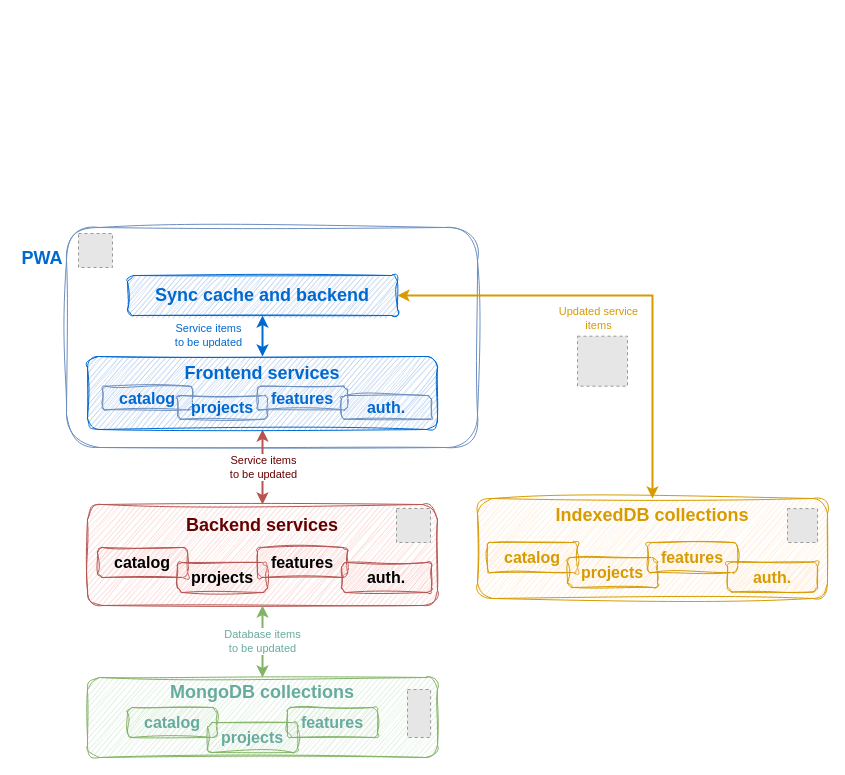
Before: page "Online-Sync" (4 of 4) of docs/.vitepress/public/offline.drawio in kalisio/kdk, a draw.io diagram. Source tidied: cells renumbered, new cells numbered last; positions are measured from the earlier drawing's top-left corner, leaving out a move shared by most shapes. Both pictures are drawn from the tidied source at 100%, with x=0, y=0 at pixel (17, 227). Pictures stored in the file or linked from it are replaced by grey dashed boxes.
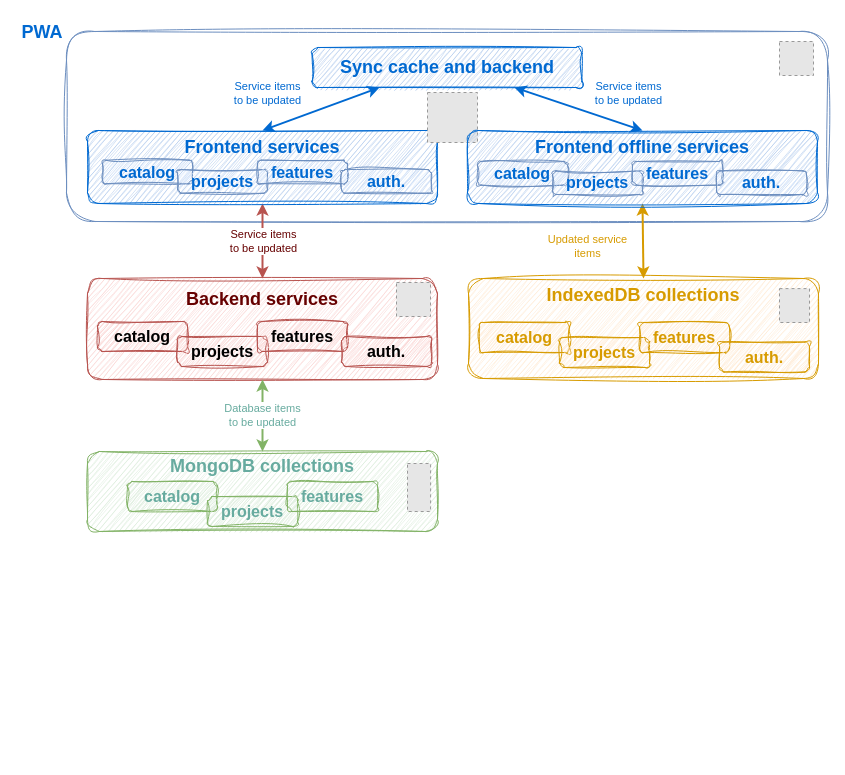
Above is the later version.

Commit message (it also covers changes not shown here):
docs: updated diagrams for offline mode

Unchanged cells that the change refers to:
```xml
<mxCell id="10" value="Frontend services" style="rounded=1;whiteSpace=wrap;html=1;glass=0;sketch=1;curveFitting=1;jiggle=2;fillStyle=hachure;fillColor=#A9C4EB;fontStyle=1;fontSize=18;fontColor=#0069D1;strokeColor=#0069D1;spacingBottom=40;" parent="9" vertex="1">
  <mxGeometry y="-10" width="350" height="73" as="geometry" />
</mxCell>
```

What changed in the source:
```diff
@@
     <mxCell id="2" style="rounded=1;whiteSpace=wrap;html=1;fillColor=none;sketch=1;curveFitting=1;jiggle=2;strokeColor=#6c8ebf;" parent="1" vertex="1">
-      <mxGeometry x="49" width="411" height="220" as="geometry" />
+      <mxGeometry x="49" y="-196" width="761" height="190" as="geometry" />
     </mxCell>
     <mxCell id="3" value="Backend services" style="rounded=1;whiteSpace=wrap;html=1;glass=0;sketch=1;curveFitting=1;jiggle=2;fillStyle=hachure;fillColor=#f8cecc;fontStyle=1;fontSize=18;strokeColor=#b85450;fontColor=#660000;labelPosition=center;verticalLabelPosition=middle;align=center;verticalAlign=middle;spacingBottom=60;" parent="1" vertex="1">
-      <mxGeometry x="70" y="277" width="350" height="101" as="geometry" />
+      <mxGeometry x="70" y="51" width="350" height="101" as="geometry" />
     </mxCell>
@@
     <mxCell id="6" style="endArrow=classic;html=1;rounded=0;entryX=0.5;entryY=1;entryDx=0;entryDy=0;fontColor=#67AB9F;strokeWidth=2;strokeColor=#82b366;exitX=0.5;exitY=0;exitDx=0;exitDy=0;startArrow=classic;startFill=1;fillColor=#d5e8d4;" parent="1" edge="1" target="3">
       <mxGeometry relative="1" as="geometry">
-        <mxPoint x="245" y="450" as="sourcePoint" />
+        <mxPoint x="245" y="224" as="sourcePoint" />
       </mxGeometry>
     </mxCell>
@@
     <mxCell id="8" value="PWA" style="text;strokeColor=none;align=center;fillColor=none;html=1;verticalAlign=middle;whiteSpace=wrap;rounded=0;fontColor=#0069D1;fontSize=18;fontStyle=1;" parent="1" vertex="1">
-      <mxGeometry y="16" width="50" height="30" as="geometry" />
+      <mxGeometry y="-210" width="50" height="30" as="geometry" />
     </mxCell>
     <mxCell id="9" style="group;spacingBottom=9;" parent="1" vertex="1">
-      <mxGeometry x="70" y="139" width="350" height="63" as="geometry" />
+      <mxGeometry x="70" y="-87" width="350" height="63" as="geometry" />
     </mxCell>
@@
     <mxCell id="11" value="Sync cache and backend" style="rounded=1;whiteSpace=wrap;html=1;glass=0;sketch=1;curveFitting=1;jiggle=2;fillStyle=hachure;fillColor=#A9C4EB;fontStyle=1;fontSize=18;fontColor=#0069D1;strokeColor=#0069D1;spacingBottom=0;" parent="1" vertex="1">
-      <mxGeometry x="110" y="48" width="270" height="40" as="geometry" />
+      <mxGeometry x="294.5" y="-180" width="270" height="40" as="geometry" />
     </mxCell>
-    <mxCell id="12" style="endArrow=classic;html=1;rounded=0;fontColor=#0069D1;strokeWidth=2;strokeColor=#0069D1;exitX=0.5;exitY=1;exitDx=0;exitDy=0;startArrow=classic;startFill=1;entryX=0.5;entryY=0;entryDx=0;entryDy=0;" parent="1" edge="1" source="11" target="10">
+    <mxCell id="12" style="endArrow=classic;html=1;rounded=0;fontColor=#0069D1;strokeWidth=2;strokeColor=#0069D1;exitX=0.25;exitY=1;exitDx=0;exitDy=0;startArrow=classic;startFill=1;entryX=0.5;entryY=0;entryDx=0;entryDy=0;" parent="1" edge="1" source="11" target="10">
       <mxGeometry relative="1" as="geometry" />
     </mxCell>
     <mxCell id="13" value="Service items&lt;div&gt;to be updated&lt;/div&gt;" style="edgeLabel;html=1;align=center;verticalAlign=middle;fontColor=#0069D1;" parent="1" vertex="1">
-      <mxGeometry x="190" y="107" as="geometry" />
+      <mxGeometry x="249.5" y="-135" as="geometry" />
     </mxCell>
     <mxCell id="14" style="group;" parent="1" vertex="1">
-      <mxGeometry x="85" y="158.7" width="329" height="33.1" as="geometry" />
+      <mxGeometry x="85" y="-67.3" width="329" height="33.1" as="geometry" />
     </mxCell>
@@
     <mxCell id="19" value="MongoDB&amp;nbsp;collections" style="rounded=1;whiteSpace=wrap;html=1;glass=0;sketch=1;curveFitting=1;jiggle=2;fillStyle=hachure;fillColor=#d5e8d4;fontStyle=1;fontSize=18;strokeColor=#82b366;fontColor=#67AB9F;spacingBottom=50;" parent="1" vertex="1">
-      <mxGeometry x="70" y="450" width="350" height="80" as="geometry" />
+      <mxGeometry x="70" y="224" width="350" height="80" as="geometry" />
     </mxCell>
     <mxCell id="20" style="group;" parent="1" vertex="1">
-      <mxGeometry x="80" y="320" width="334" height="45" as="geometry" />
+      <mxGeometry x="80" y="94" width="334" height="45" as="geometry" />
     </mxCell>
@@
     <mxCell id="25" style="group;" parent="1" vertex="1">
-      <mxGeometry x="110" y="480" width="250" height="45" as="geometry" />
+      <mxGeometry x="110" y="254" width="250" height="45" as="geometry" />
     </mxCell>
@@
-    <mxCell id="29" style="endArrow=classic;html=1;rounded=0;entryX=0.5;entryY=0;entryDx=0;entryDy=0;fontColor=#0069D1;strokeWidth=2;strokeColor=#d79b00;exitX=1;exitY=0.5;exitDx=0;exitDy=0;startArrow=classic;startFill=1;fillColor=#ffe6cc;" parent="1" edge="1" source="11" target="34">
-      <mxGeometry relative="1" as="geometry">
-        <Array as="points">
-          <mxPoint x="635" y="68" />
-        </Array>
-      </mxGeometry>
+    <mxCell id="29" style="endArrow=classic;html=1;rounded=0;entryX=0.5;entryY=0;entryDx=0;entryDy=0;fontColor=#0069D1;strokeWidth=2;strokeColor=#d79b00;exitX=0.5;exitY=1;exitDx=0;exitDy=0;startArrow=classic;startFill=1;fillColor=#ffe6cc;" parent="1" edge="1" source="42" target="34">
+      <mxGeometry relative="1" as="geometry" />
     </mxCell>
     <mxCell id="30" value="Updated service&lt;div&gt;items&lt;/div&gt;" style="edgeLabel;html=1;align=center;verticalAlign=middle;fontColor=#D79B00;" parent="29" vertex="1">
       <mxGeometry x="0.17" relative="1" as="geometry">
-        <mxPoint x="-55" y="9" as="offset" />
+        <mxPoint x="-56" y="-1" as="offset" />
       </mxGeometry>
     </mxCell>
     <mxCell id="31" style="fillColor=#E6E6E6;strokeColor=#999999;dashed=1;verticalLabelPosition=bottom;labelBackgroundColor=default;verticalAlign=top;" parent="1" vertex="1">
-      <mxGeometry x="390" y="462" width="23.1" height="48" as="geometry" />
+      <mxGeometry x="390" y="236" width="23.1" height="48" as="geometry" />
     </mxCell>
     <mxCell id="32" style="fillColor=#E6E6E6;strokeColor=#999999;dashed=1;verticalLabelPosition=bottom;labelBackgroundColor=default;verticalAlign=top;" parent="1" vertex="1">
-      <mxGeometry x="379" y="281" width="34" height="34" as="geometry" />
+      <mxGeometry x="379" y="55" width="34" height="34" as="geometry" />
     </mxCell>
     <mxCell id="33" style="fillColor=#E6E6E6;strokeColor=#999999;dashed=1;verticalLabelPosition=bottom;labelBackgroundColor=default;verticalAlign=top;" parent="1" vertex="1">
-      <mxGeometry x="61" y="6" width="34" height="34" as="geometry" />
+      <mxGeometry x="762" y="-186" width="34" height="34" as="geometry" />
     </mxCell>
     <mxCell id="34" value="IndexedDB collections" style="rounded=1;whiteSpace=wrap;html=1;glass=0;sketch=1;curveFitting=1;jiggle=2;fillStyle=hachure;fillColor=#ffe6cc;fontStyle=1;fontSize=18;strokeColor=#d79b00;fontColor=#D79B00;verticalAlign=top;" parent="1" vertex="1">
-      <mxGeometry x="460" y="271" width="350" height="100" as="geometry" />
+      <mxGeometry x="451" y="51" width="350" height="100" as="geometry" />
     </mxCell>
     <mxCell id="35" style="fillColor=#E6E6E6;strokeColor=#999999;dashed=1;verticalLabelPosition=bottom;verticalAlign=top;" parent="1" vertex="1">
-      <mxGeometry x="770" y="281.1" width="30" height="33.9" as="geometry" />
+      <mxGeometry x="762" y="61.1" width="30" height="33.9" as="geometry" />
     </mxCell>
     <mxCell id="36" style="group;" parent="1" vertex="1">
-      <mxGeometry x="470" y="315" width="250" height="69" as="geometry" />
+      <mxGeometry x="462" y="95" width="250" height="69" as="geometry" />
     </mxCell>
@@
     <mxCell id="40" value="auth." style="rounded=1;whiteSpace=wrap;html=1;glass=0;sketch=1;curveFitting=1;jiggle=2;fillStyle=hachure;fillColor=#ffe6cc;fontStyle=1;fontSize=16;strokeColor=#d79b00;fontColor=#D79B00;" parent="1" vertex="1">
-      <mxGeometry x="710" y="334.5" width="90" height="30" as="geometry" />
+      <mxGeometry x="702" y="114.5" width="90" height="30" as="geometry" />
     </mxCell>
     <mxCell id="41" style="fillColor=#E6E6E6;strokeColor=#999999;dashed=1;verticalLabelPosition=bottom;verticalAlign=top;" parent="1" vertex="1">
-      <mxGeometry x="560" y="108.7" width="50" height="50" as="geometry" />
+      <mxGeometry x="410" y="-135" width="50" height="50" as="geometry" />
     </mxCell>
+    <mxCell id="42" value="Frontend offline services" style="rounded=1;whiteSpace=wrap;html=1;glass=0;sketch=1;curveFitting=1;jiggle=2;fillStyle=hachure;fillColor=#A9C4EB;fontStyle=1;fontSize=18;fontColor=#0069D1;strokeColor=#0069D1;spacingBottom=40;" parent="1" vertex="1">
+      <mxGeometry x="450" y="-97" width="350" height="73" as="geometry" />
+    </mxCell>
+    <mxCell id="43" style="group;" parent="1" vertex="1">
+      <mxGeometry x="460" y="-66" width="329" height="33.1" as="geometry" />
+    </mxCell>
+    <mxCell id="44" value="catalog" style="rounded=1;whiteSpace=wrap;html=1;glass=0;sketch=1;curveFitting=1;jiggle=2;fillStyle=hachure;fillColor=#dae8fc;fontStyle=1;fontSize=16;strokeColor=#6c8ebf;fontColor=#0069D1;" parent="43" vertex="1">
+      <mxGeometry width="90" height="23.6" as="geometry" />
+    </mxCell>
+    <mxCell id="45" value="projects" style="rounded=1;whiteSpace=wrap;html=1;glass=0;sketch=1;curveFitting=1;jiggle=2;fillStyle=hachure;fillColor=#dae8fc;fontStyle=1;fontSize=16;strokeColor=#6c8ebf;fontColor=#0069D1;" parent="43" vertex="1">
+      <mxGeometry x="75" y="9.4" width="90" height="23.6" as="geometry" />
+    </mxCell>
+    <mxCell id="46" value="features" style="rounded=1;whiteSpace=wrap;html=1;glass=0;sketch=1;curveFitting=1;jiggle=2;fillStyle=hachure;fillColor=#dae8fc;fontStyle=1;fontSize=16;strokeColor=#6c8ebf;fontColor=#0069D1;" parent="43" vertex="1">
+      <mxGeometry x="155" width="90" height="23.6" as="geometry" />
+    </mxCell>
+    <mxCell id="47" value="auth." style="rounded=1;whiteSpace=wrap;html=1;glass=0;sketch=1;curveFitting=1;jiggle=2;fillStyle=hachure;fillColor=#dae8fc;fontStyle=1;fontSize=16;strokeColor=#6c8ebf;fontColor=#0069D1;" parent="43" vertex="1">
+      <mxGeometry x="239" y="9.4" width="90" height="23.6" as="geometry" />
+    </mxCell>
+    <mxCell id="48" style="endArrow=classic;html=1;rounded=0;fontColor=#0069D1;strokeWidth=2;strokeColor=#0069D1;exitX=0.75;exitY=1;exitDx=0;exitDy=0;startArrow=classic;startFill=1;entryX=0.5;entryY=0;entryDx=0;entryDy=0;" parent="1" edge="1" source="11" target="42">
+      <mxGeometry relative="1" as="geometry" />
+    </mxCell>
+    <mxCell id="49" value="Service items&lt;div&gt;to be updated&lt;/div&gt;" style="edgeLabel;html=1;align=center;verticalAlign=middle;fontColor=#0069D1;" parent="1" vertex="1">
+      <mxGeometry x="610" y="-135" as="geometry" />
+    </mxCell>
```
